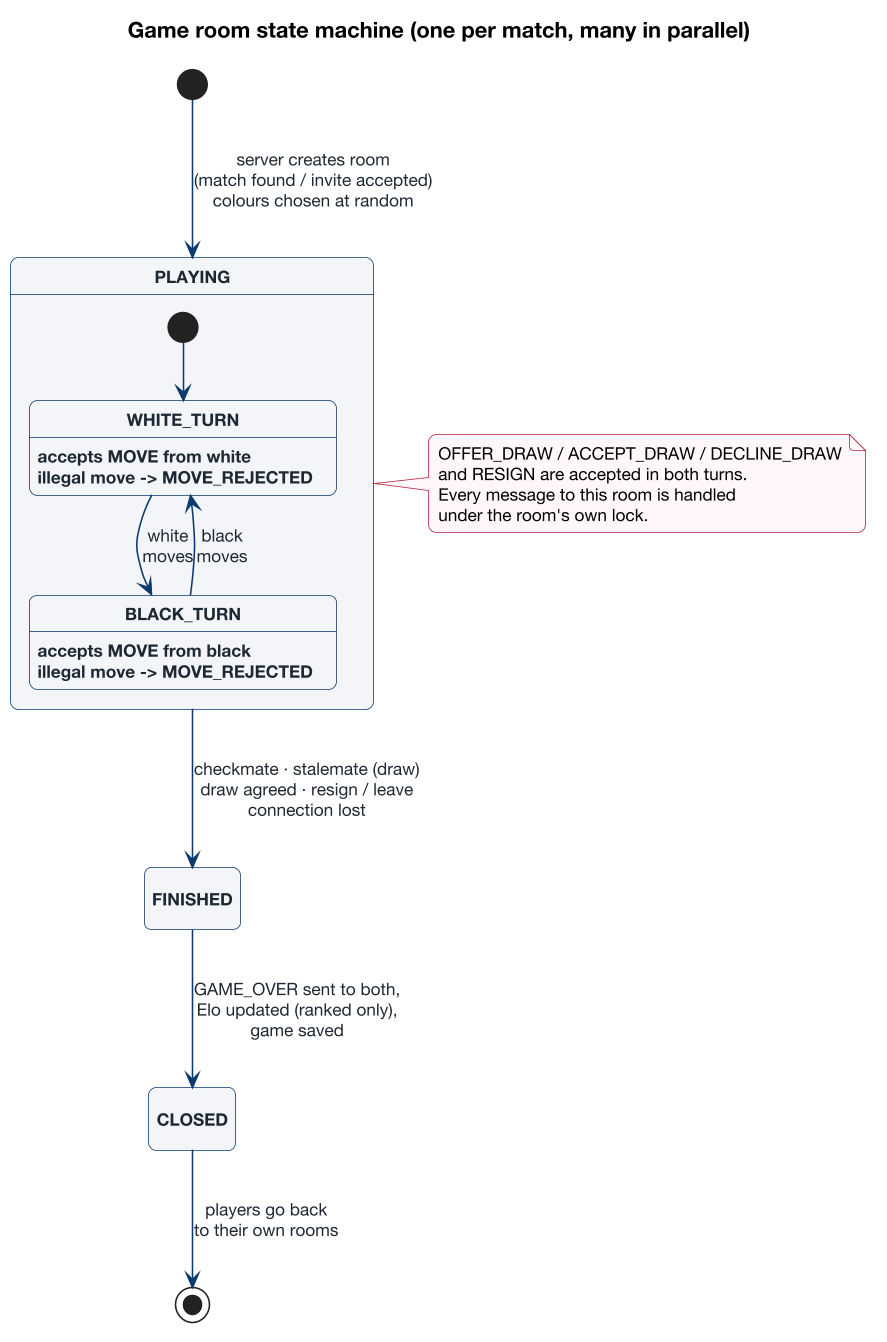
This is docs/diagrams/4_protocol_design/state_machine/png/04_game_room_state.png from doankhang255/Network_programming, a PlantUML export, as it was before one commit.
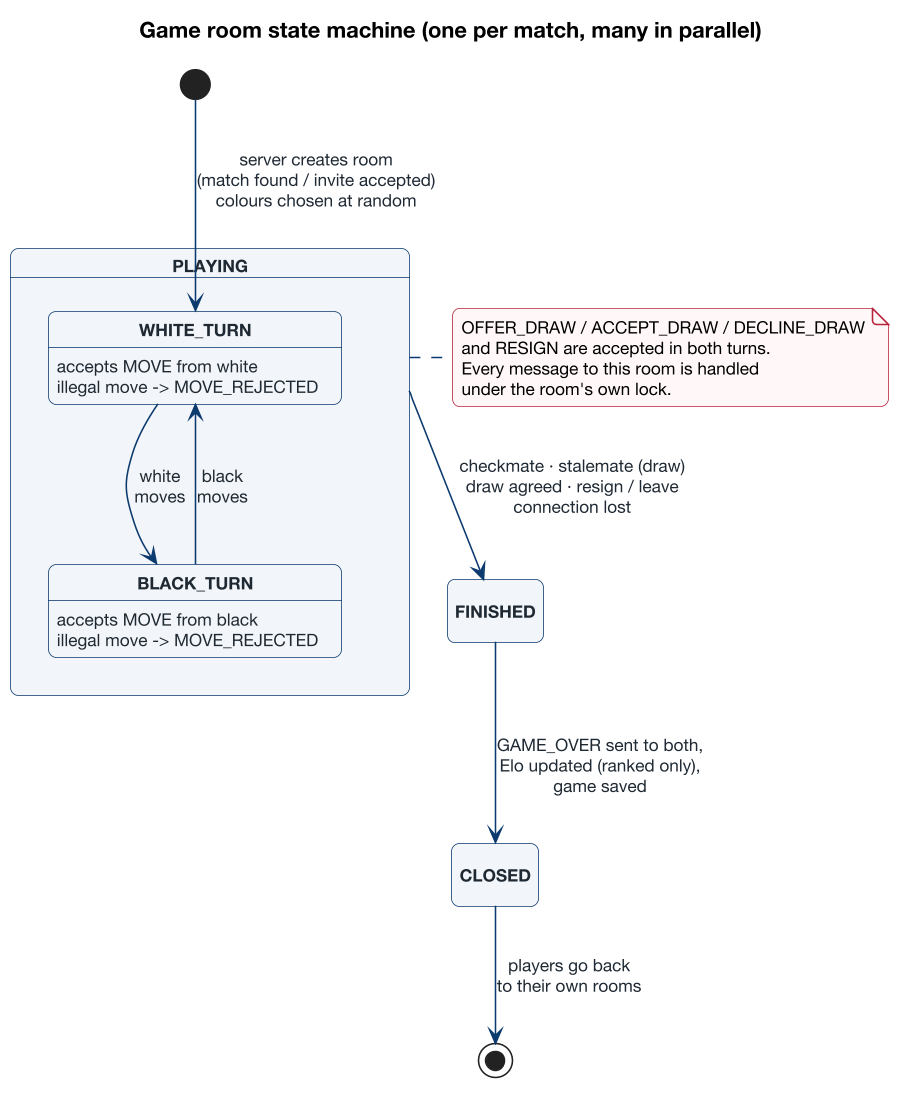
After the commit.

What changed in the source:
```diff
@@ -3,12 +3,14 @@
 hide empty description
 title Game room state machine (one per match, many in parallel)
 
-[*] --> PLAYING : server creates room\n(match found / invite accepted)\ncolours chosen at random
+state "<b>FINISHED</b>" as FINISHED
+state "<b>CLOSED</b>" as CLOSED
 
-state PLAYING {
-  state WHITE_TURN : accepts MOVE from white\nillegal move -> MOVE_REJECTED
-  state BLACK_TURN : accepts MOVE from black\nillegal move -> MOVE_REJECTED
-  [*] --> WHITE_TURN
+[*] --> WHITE_TURN : server creates room\n(match found / invite accepted)\ncolours chosen at random
+
+state "<b>PLAYING</b>" as PLAYING {
+  state "<b>WHITE_TURN</b>" as WHITE_TURN : accepts MOVE from white\nillegal move -> MOVE_REJECTED
+  state "<b>BLACK_TURN</b>" as BLACK_TURN : accepts MOVE from black\nillegal move -> MOVE_REJECTED
   WHITE_TURN --> BLACK_TURN : white\nmoves
   BLACK_TURN --> WHITE_TURN : black\nmoves
 }
```
